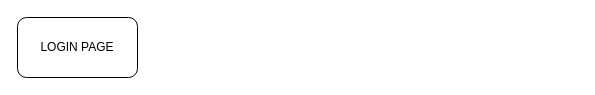
Mobevious/StudentManagementApp keeps this draw.io diagram as Untitled Diagram.drawio. Above is the earlier version. Source tidied: cells renumbered, new cells numbered last; positions are measured from the earlier drawing's top-left corner, leaving out a move shared by most shapes. Both pictures are drawn from the tidied source at 100%, with x=0, y=0 at pixel (17, 17).
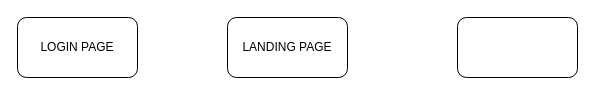
After the change.

Change to the diagram source:
```diff
@@
 <mxGraphModel>
   <root>
     <mxCell id="0" />
     <mxCell id="1" parent="0" />
     <mxCell id="2" value="LOGIN PAGE" style="rounded=1;whiteSpace=wrap;html=1;" parent="1" vertex="1">
       <mxGeometry width="120" height="60" as="geometry" />
     </mxCell>
+    <mxCell id="3" value="LANDING PAGE" style="rounded=1;whiteSpace=wrap;html=1;" parent="1" vertex="1">
+      <mxGeometry x="210" width="120" height="60" as="geometry" />
+    </mxCell>
+    <mxCell id="4" style="rounded=1;whiteSpace=wrap;html=1;" parent="1" vertex="1">
+      <mxGeometry x="440" width="120" height="60" as="geometry" />
+    </mxCell>
   </root>
 </mxGraphModel>
```
